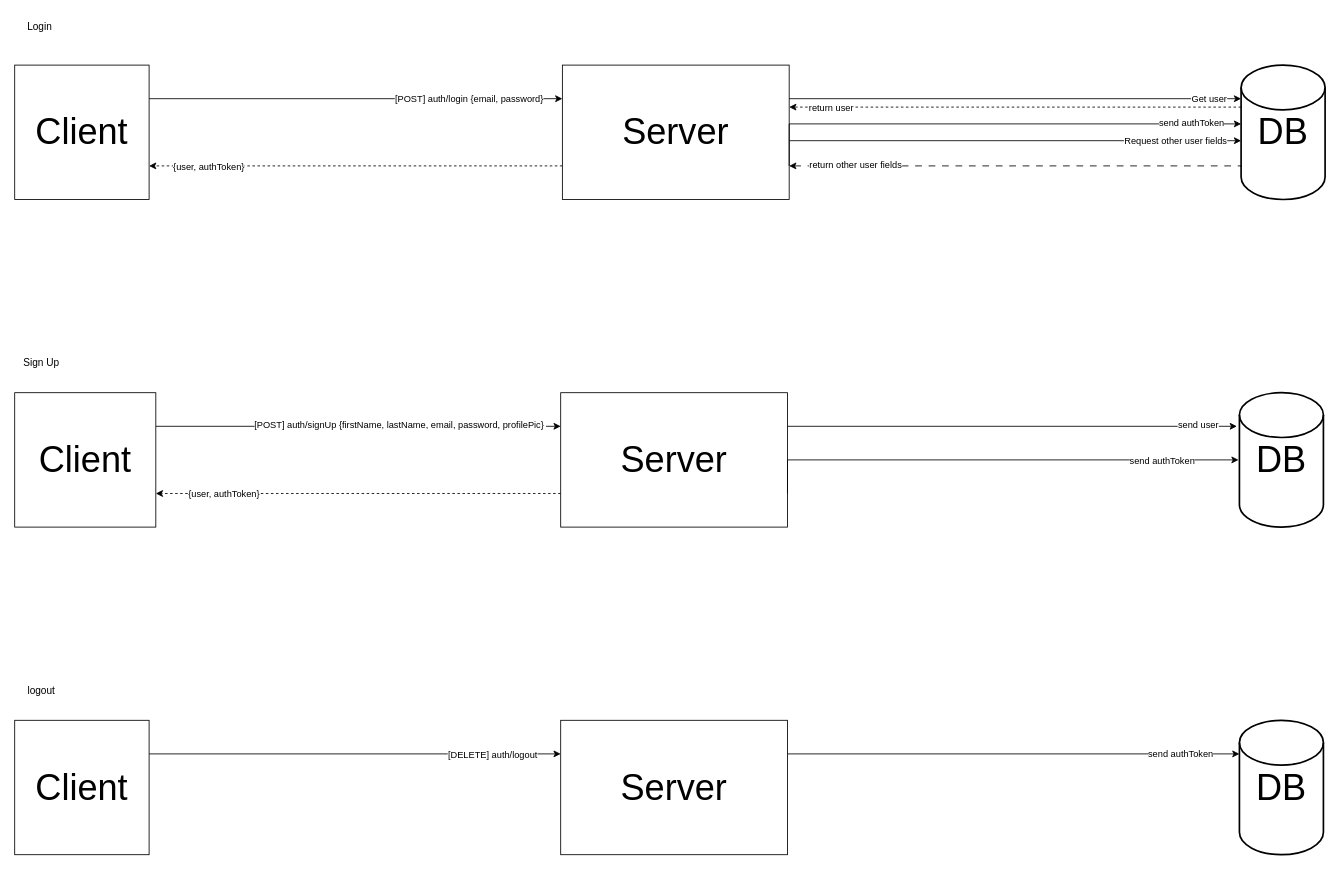
Earlier version of the draw.io diagram page "Auth flow chart" (5 of 5) of diagrams/pickupDB.drawio (Sroberts03/pickup). Source tidied: cells renumbered, new cells numbered last; positions are measured from the earlier drawing's top-left corner, leaving out a move shared by most shapes. Both pictures are drawn from the tidied source at 84%, with x=0, y=0 at pixel (14, 14).
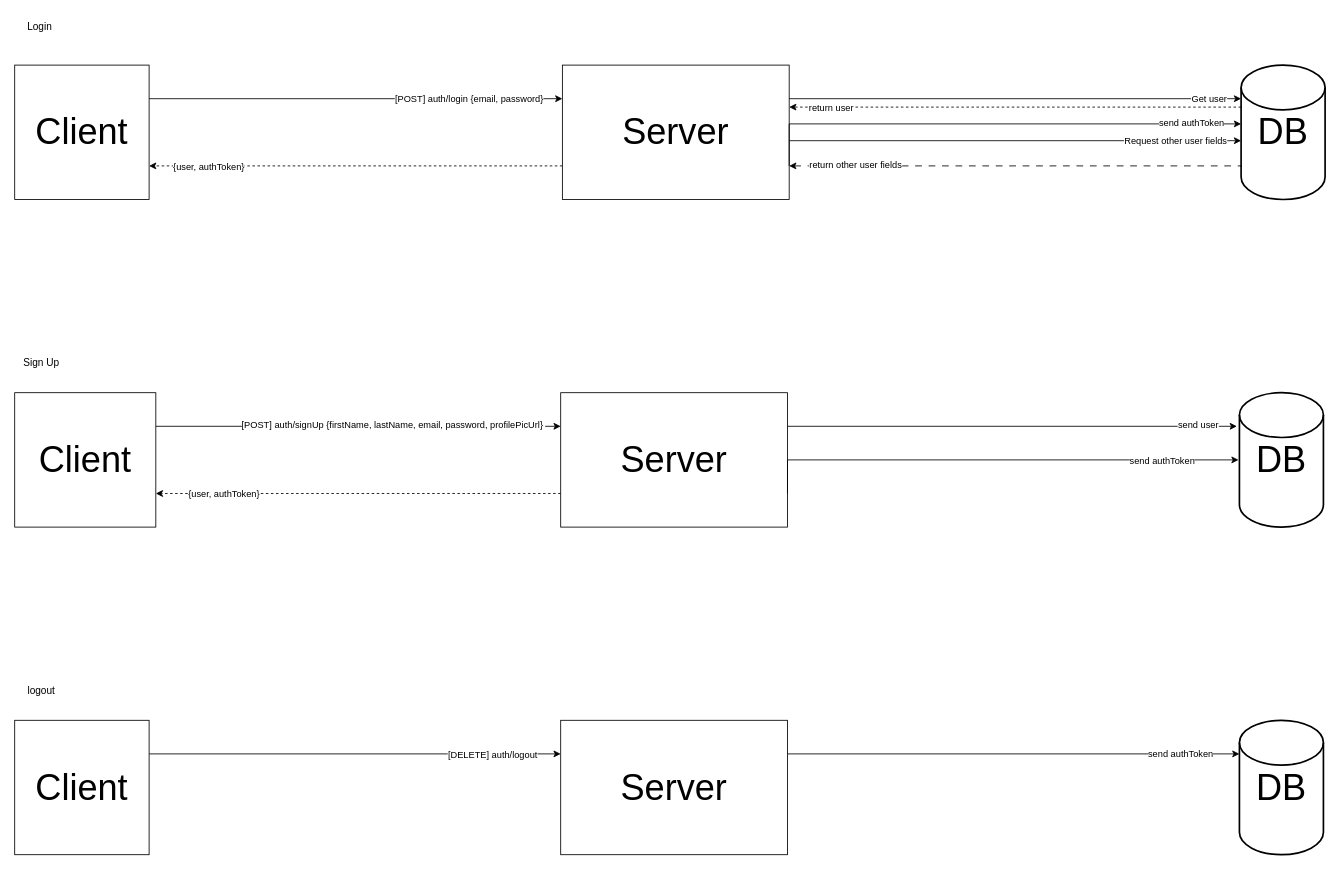
Above is the later version.

The change refers to these unchanged cells:
```xml
<mxCell id="14" style="edgeStyle=orthogonalEdgeStyle;rounded=0;jettySize=auto;html=1;exitX=1;exitY=0.25;exitDx=0;exitDy=0;entryX=0;entryY=0.25;entryDx=0;entryDy=0;" parent="1" edge="1" source="16" target="25">
  <mxGeometry relative="1" as="geometry" />
</mxCell>
```

Change to the diagram source:
```diff
@@
-    <mxCell id="15" value="[POST] auth/signUp {firstName, lastName, email, password, profilePic}&amp;nbsp;" style="edgeLabel;html=1;align=center;verticalAlign=middle;" parent="14" vertex="1">
+    <mxCell id="15" value="[POST] auth/signUp {firstName, lastName, email, password, profilePicUrl}&amp;nbsp;" style="edgeLabel;html=1;align=center;verticalAlign=middle;" parent="14" vertex="1">
       <mxGeometry x="-0.09" y="2" relative="1" as="geometry">
-        <mxPoint x="71" as="offset" />
+        <mxPoint x="63" as="offset" />
       </mxGeometry>
     </mxCell>
```
